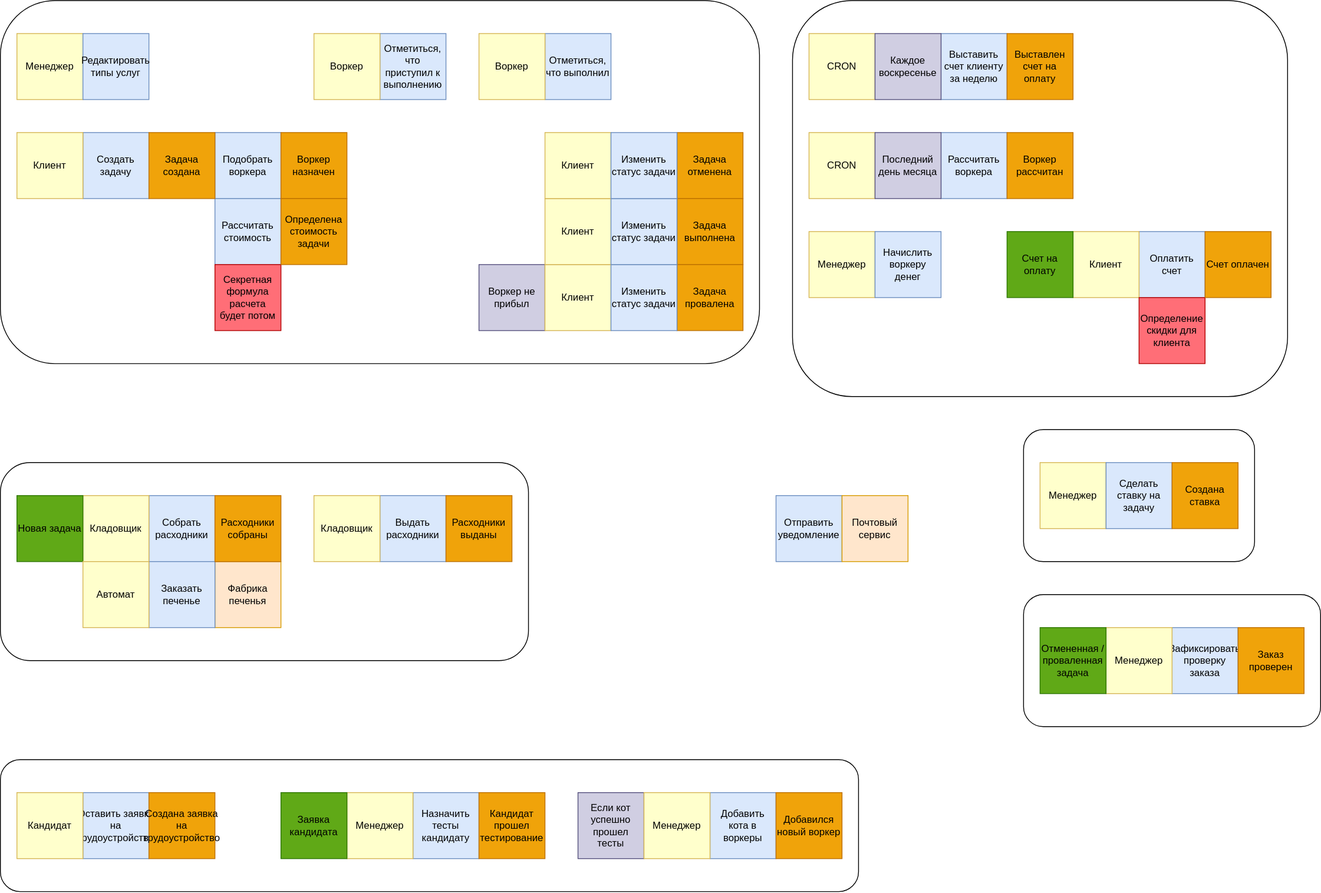
edgger/tough-dev.school keeps this draw.io diagram as system-analysis/1/event-storming.drawio.svg. Above is the earlier version. Source tidied: cells renumbered, new cells last; positions are measured from the earlier drawing's top-left corner, leaving out a move shared by most shapes.
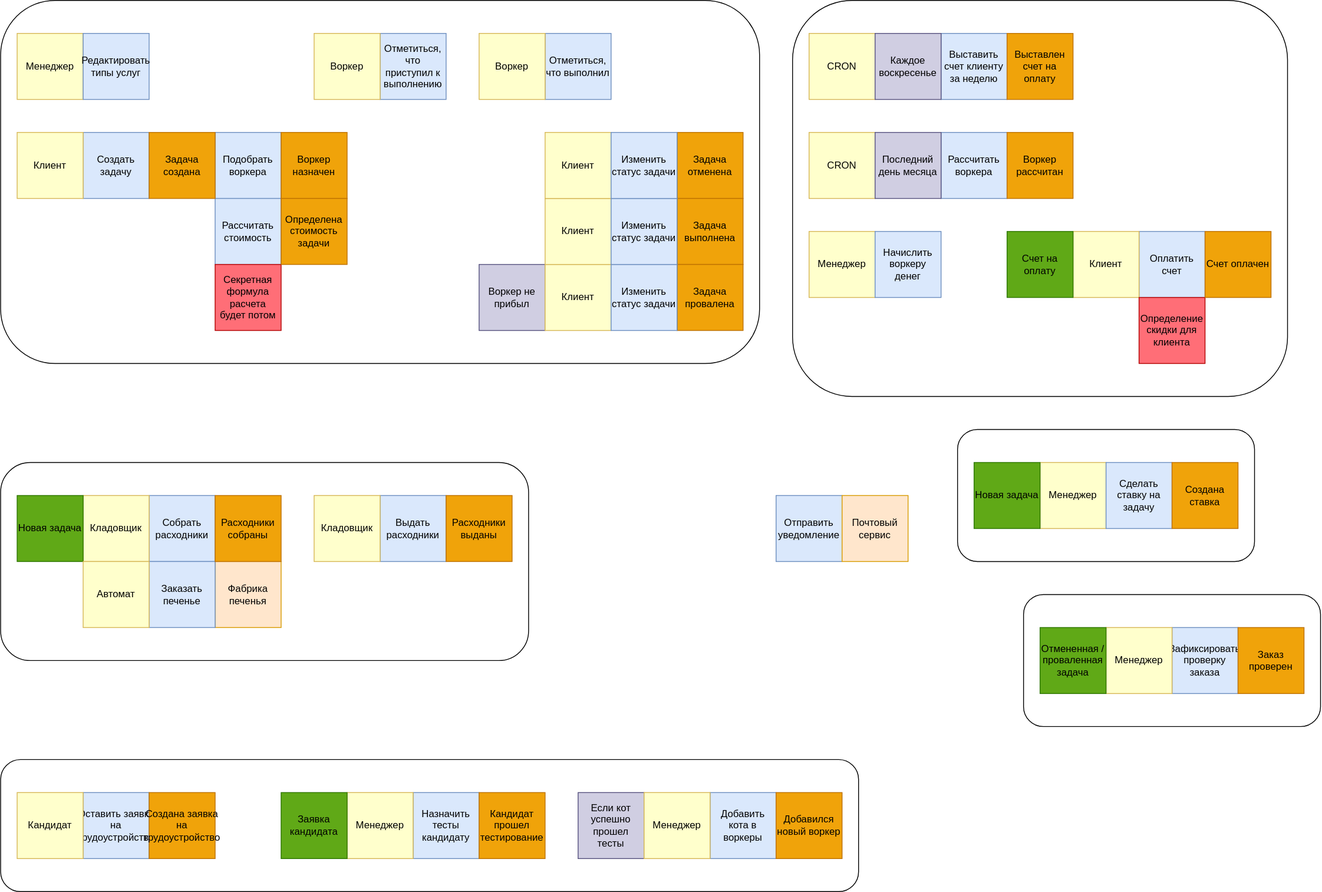
After the commit.

Change to the diagram source:
```diff
@@ -9,7 +9,7 @@
       <mxGeometry y="560" width="640" height="240" as="geometry" />
     </mxCell>
     <mxCell id="4" style="rounded=1;whiteSpace=wrap;html=1;fontColor=#FFFFFF;" parent="1" vertex="1">
-      <mxGeometry x="1240" y="520" width="280" height="160" as="geometry" />
+      <mxGeometry x="1160" y="520" width="360" height="160" as="geometry" />
     </mxCell>
     <mxCell id="5" style="rounded=1;whiteSpace=wrap;html=1;fontColor=#FFFFFF;" parent="1" vertex="1">
       <mxGeometry x="960" width="600" height="480" as="geometry" />
@@ -245,5 +245,8 @@
     <mxCell id="82" value="Счет оплачен" style="rounded=0;whiteSpace=wrap;html=1;fillColor=#f0a30a;strokeColor=#BD7000;fontColor=#000000;" parent="1" vertex="1">
       <mxGeometry x="1460" y="280" width="80" height="80" as="geometry" />
     </mxCell>
+    <mxCell id="83" value="&lt;font color=&quot;#000000&quot;&gt;Новая задача&lt;br&gt;&lt;/font&gt;" style="rounded=0;whiteSpace=wrap;html=1;fillColor=#60a917;strokeColor=#2D7600;fontColor=#ffffff;" parent="1" vertex="1">
+      <mxGeometry x="1180" y="560" width="80" height="80" as="geometry" />
+    </mxCell>
   </root>
 </mxGraphModel>
```
